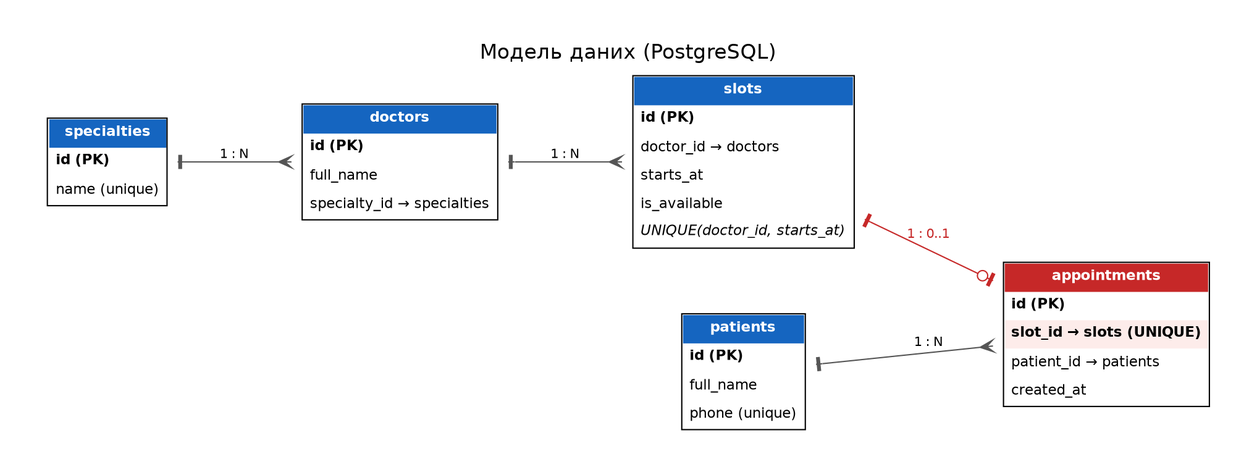
This is docs/images/er-diagram.png from aanastasiaakk/ehealth-python, a Graphviz export, as it was before one commit. Its source is kept beside it as docs/diagrams/er-diagram.dot.
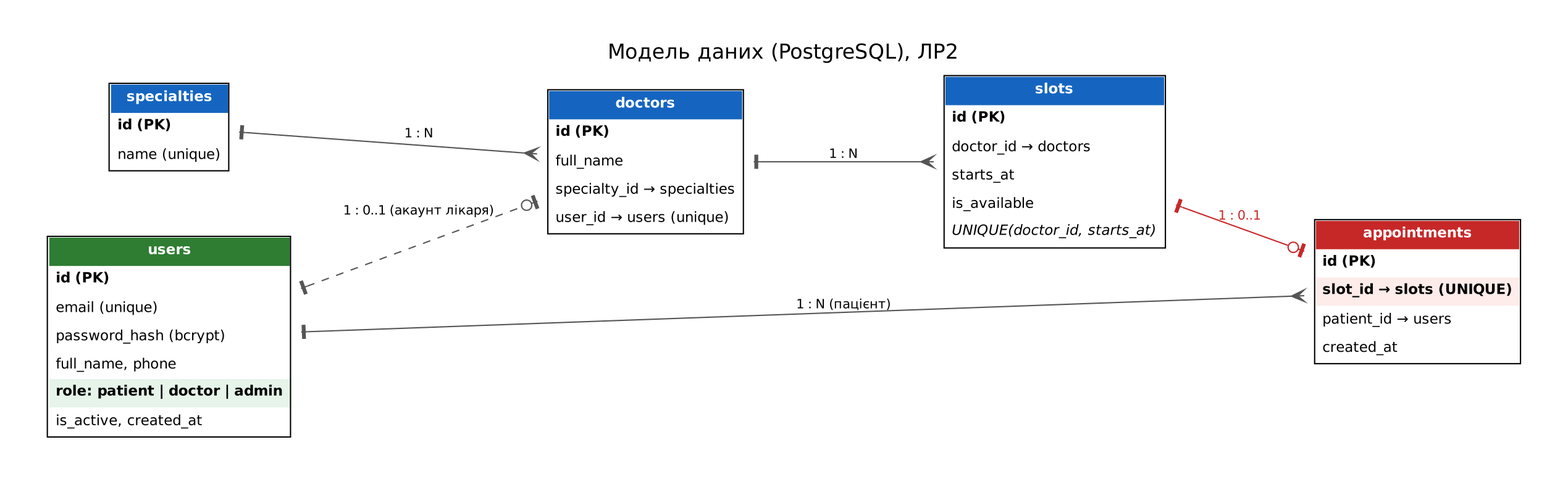
After the change.

Diff of the diagram source:
```diff
@@ -1,7 +1,7 @@
 digraph er {
     rankdir=LR;
     graph [fontname="DejaVu Sans", pad=0.4, nodesep=0.6, ranksep=0.9,
-           label="Модель даних (PostgreSQL)", labelloc=t, fontsize=16];
+           label="Модель даних (PostgreSQL), ЛР2", labelloc=t, fontsize=16];
     node [fontname="DejaVu Sans", fontsize=11, shape=plaintext];
     edge [fontname="DejaVu Sans", fontsize=10, color="#555555", arrowhead=crow, arrowtail=tee, dir=both];
 
@@ -18,6 +18,7 @@
         <TR><TD ALIGN="LEFT"><B>id (PK)</B></TD></TR>
         <TR><TD ALIGN="LEFT">full_name</TD></TR>
         <TR><TD ALIGN="LEFT">specialty_id → specialties</TD></TR>
+        <TR><TD ALIGN="LEFT">user_id → users (unique)</TD></TR>
       </TABLE>>];
 
     slots [label=<
@@ -35,20 +36,24 @@
         <TR><TD BGCOLOR="#C62828"><FONT COLOR="white"><B>appointments</B></FONT></TD></TR>
         <TR><TD ALIGN="LEFT"><B>id (PK)</B></TD></TR>
         <TR><TD ALIGN="LEFT" BGCOLOR="#FDECEA"><B>slot_id → slots (UNIQUE)</B></TD></TR>
-        <TR><TD ALIGN="LEFT">patient_id → patients</TD></TR>
+        <TR><TD ALIGN="LEFT">patient_id → users</TD></TR>
         <TR><TD ALIGN="LEFT">created_at</TD></TR>
       </TABLE>>];
 
-    patients [label=<
+    users [label=<
       <TABLE BORDER="1" CELLBORDER="0" CELLSPACING="0" CELLPADDING="5" BGCOLOR="#FFFFFF">
-        <TR><TD BGCOLOR="#1565C0"><FONT COLOR="white"><B>patients</B></FONT></TD></TR>
+        <TR><TD BGCOLOR="#2E7D32"><FONT COLOR="white"><B>users</B></FONT></TD></TR>
         <TR><TD ALIGN="LEFT"><B>id (PK)</B></TD></TR>
-        <TR><TD ALIGN="LEFT">full_name</TD></TR>
-        <TR><TD ALIGN="LEFT">phone (unique)</TD></TR>
+        <TR><TD ALIGN="LEFT">email (unique)</TD></TR>
+        <TR><TD ALIGN="LEFT">password_hash (bcrypt)</TD></TR>
+        <TR><TD ALIGN="LEFT">full_name, phone</TD></TR>
+        <TR><TD ALIGN="LEFT" BGCOLOR="#E6F4EA"><B>role: patient | doctor | admin</B></TD></TR>
+        <TR><TD ALIGN="LEFT">is_active, created_at</TD></TR>
       </TABLE>>];
 
     specialties -> doctors [label="1 : N"];
     doctors -> slots [label="1 : N"];
     slots -> appointments [label="1 : 0..1", arrowhead=teeodot, color="#C62828", fontcolor="#C62828"];
-    patients -> appointments [label="1 : N"];
+    users -> appointments [label="1 : N (пацієнт)"];
+    users -> doctors [label="1 : 0..1 (акаунт лікаря)", arrowhead=teeodot, style=dashed];
 }
```
